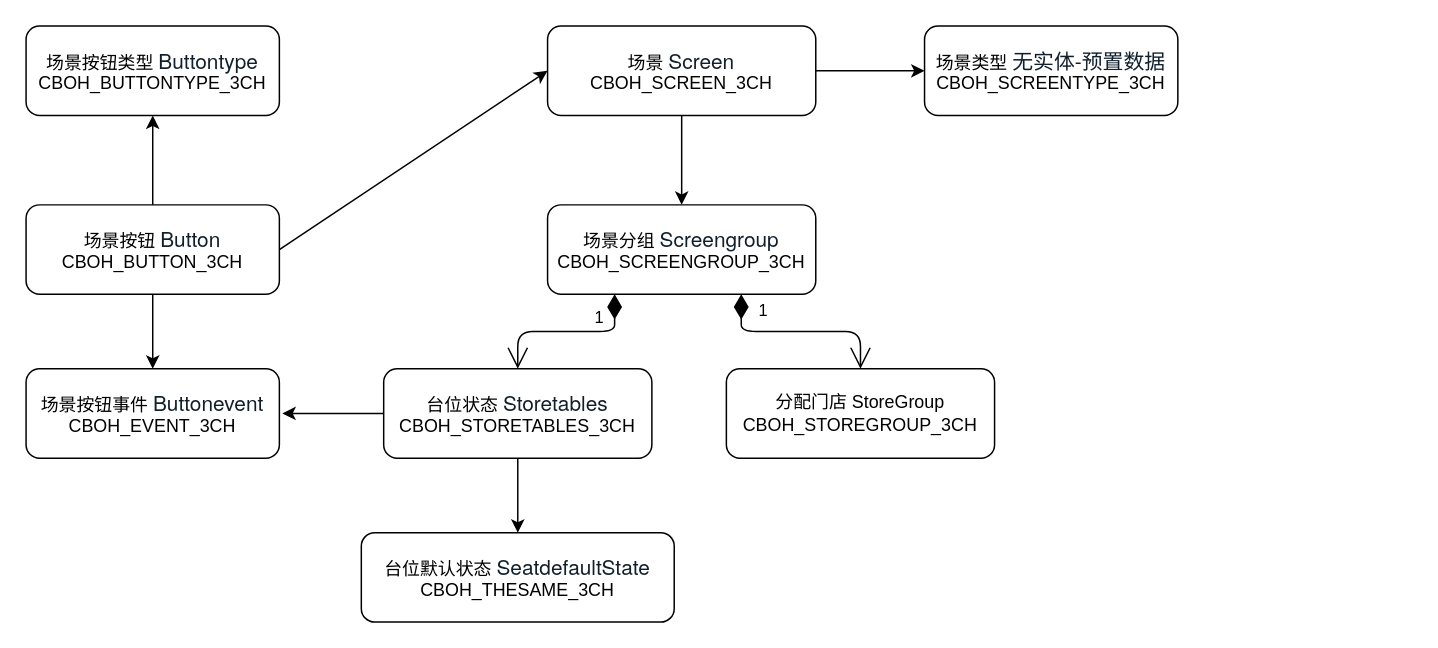
Before: 本地BOH/场景相关.drawio in liuchenwei2000/diagram, a draw.io diagram. Source tidied: cells renumbered, new cells numbered last; positions are measured from the earlier drawing's top-left corner, leaving out a move shared by most shapes. Both pictures are drawn from the tidied source at 149%, with x=0, y=0 at pixel (25, 25).
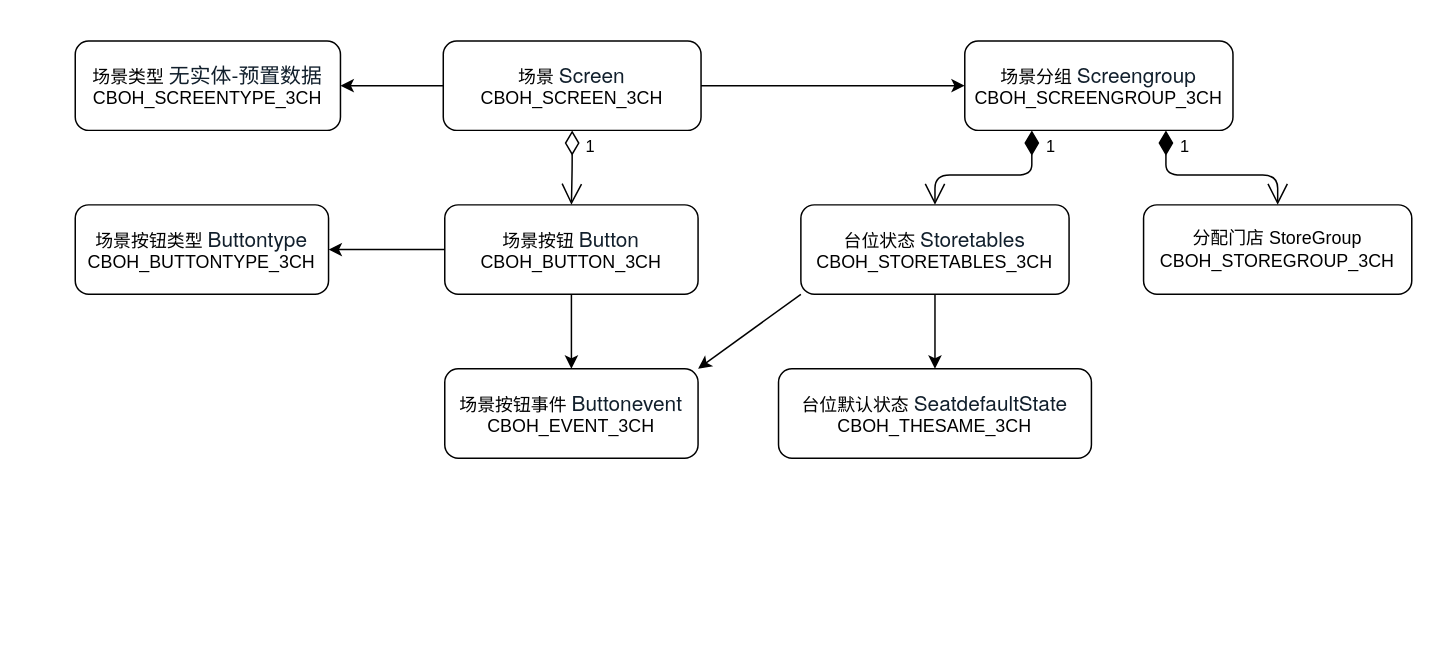
Above is the later version.

Diff of the diagram source:
```diff
@@
     <mxCell id="2" value="场景按钮类型&amp;nbsp;&lt;span style=&quot;color: rgb(17 , 31 , 44) ; font-family: &amp;#34;helvetica neue&amp;#34; ; font-size: 14px&quot;&gt;Buttontype&lt;/span&gt;&lt;br&gt;CBOH_BUTTONTYPE_3CH" style="rounded=1;whiteSpace=wrap;html=1;" parent="1" vertex="1">
-      <mxGeometry width="170" height="60" as="geometry" />
+      <mxGeometry x="33" y="120" width="170" height="60" as="geometry" />
     </mxCell>
     <mxCell id="3" value="场景按钮&amp;nbsp;&lt;span style=&quot;color: rgb(17 , 31 , 44) ; font-family: &amp;#34;helvetica neue&amp;#34; ; font-size: 14px&quot;&gt;Button&lt;/span&gt;&lt;br&gt;CBOH_BUTTON_3CH" style="rounded=1;whiteSpace=wrap;html=1;" parent="1" vertex="1">
-      <mxGeometry y="120" width="170" height="60" as="geometry" />
+      <mxGeometry x="281" y="120" width="170" height="60" as="geometry" />
     </mxCell>
     <mxCell id="4" value="场景按钮事件&amp;nbsp;&lt;span style=&quot;color: rgb(17 , 31 , 44) ; font-family: &amp;#34;helvetica neue&amp;#34; ; font-size: 14px&quot;&gt;Buttonevent&lt;/span&gt;&lt;br&gt;CBOH_EVENT_3CH" style="rounded=1;whiteSpace=wrap;html=1;" parent="1" vertex="1">
-      <mxGeometry y="230" width="170" height="60" as="geometry" />
+      <mxGeometry x="281" y="230" width="170" height="60" as="geometry" />
     </mxCell>
     <mxCell id="5" value="场景分组&amp;nbsp;&lt;span style=&quot;color: rgb(17 , 31 , 44) ; font-family: &amp;#34;helvetica neue&amp;#34; ; font-size: 14px&quot;&gt;Screengroup&lt;/span&gt;&lt;br&gt;CBOH_SCREENGROUP_3CH" style="rounded=1;whiteSpace=wrap;html=1;" parent="1" vertex="1">
-      <mxGeometry x="350" y="120" width="180" height="60" as="geometry" />
+      <mxGeometry x="630" y="10" width="180" height="60" as="geometry" />
     </mxCell>
     <mxCell id="6" value="场景&amp;nbsp;&lt;span style=&quot;color: rgb(17 , 31 , 44) ; font-family: &amp;#34;helvetica neue&amp;#34; ; font-size: 14px&quot;&gt;Screen&lt;/span&gt;&lt;br&gt;CBOH_SCREEN_3CH" style="rounded=1;whiteSpace=wrap;html=1;" parent="1" vertex="1">
-      <mxGeometry x="350" width="180" height="60" as="geometry" />
+      <mxGeometry x="280" y="10" width="173" height="60" as="geometry" />
     </mxCell>
     <mxCell id="7" value="台位状态 &lt;font color=&quot;#111f2c&quot; face=&quot;helvetica neue&quot;&gt;&lt;span style=&quot;font-size: 14px&quot;&gt;Storetables&lt;/span&gt;&lt;/font&gt;&lt;br&gt;CBOH_STORETABLES_3CH" style="rounded=1;whiteSpace=wrap;html=1;" parent="1" vertex="1">
-      <mxGeometry x="240" y="230" width="180" height="60" as="geometry" />
+      <mxGeometry x="520" y="120" width="180" height="60" as="geometry" />
     </mxCell>
     <mxCell id="8" value="分配门店 StoreGroup&lt;br&gt;CBOH_STOREGROUP_3CH" style="rounded=1;whiteSpace=wrap;html=1;" parent="1" vertex="1">
-      <mxGeometry x="470" y="230" width="180" height="60" as="geometry" />
+      <mxGeometry x="750" y="120" width="180" height="60" as="geometry" />
     </mxCell>
     <mxCell id="9" value="1" style="endArrow=open;html=1;endSize=12;startArrow=diamondThin;startSize=14;startFill=1;edgeStyle=orthogonalEdgeStyle;align=left;verticalAlign=bottom;entryX=0.5;entryY=0;entryDx=0;entryDy=0;exitX=0.25;exitY=1;exitDx=0;exitDy=0;" parent="1" edge="1" source="5" target="7">
-      <mxGeometry x="-0.57" y="-15" relative="1" as="geometry">
+      <mxGeometry x="-0.65" y="8" relative="1" as="geometry">
         <Array as="points">
-          <mxPoint x="395" y="205" />
-          <mxPoint x="330" y="205" />
+          <mxPoint x="675" y="100" />
+          <mxPoint x="610" y="100" />
         </Array>
-        <mxPoint x="-15" y="15" as="offset" />
       </mxGeometry>
     </mxCell>
-    <mxCell id="10" value="1" style="endArrow=open;html=1;endSize=12;startArrow=diamondThin;startSize=14;startFill=1;edgeStyle=orthogonalEdgeStyle;align=left;verticalAlign=bottom;entryX=0.5;entryY=0;entryDx=0;entryDy=0;exitX=0.722;exitY=1;exitDx=0;exitDy=0;exitPerimeter=0;" parent="1" edge="1" source="5" target="8">
-      <mxGeometry x="-0.69" y="10" relative="1" as="geometry" />
-    </mxCell>
-    <mxCell id="11" style="endArrow=classic;html=1;exitX=0;exitY=0.5;exitDx=0;exitDy=0;" parent="1" edge="1" source="7">
-      <mxGeometry relative="1" as="geometry">
-        <mxPoint x="172" y="260" as="targetPoint" />
-      </mxGeometry>
+    <mxCell id="11" style="endArrow=classic;html=1;exitX=0;exitY=1;exitDx=0;exitDy=0;entryX=1;entryY=0;entryDx=0;entryDy=0;" parent="1" edge="1" source="7" target="4">
+      <mxGeometry relative="1" as="geometry" />
     </mxCell>
     <mxCell id="12" value="台位默认状态 &lt;font color=&quot;#111f2c&quot; face=&quot;helvetica neue&quot;&gt;&lt;span style=&quot;font-size: 14px&quot;&gt;SeatdefaultState&lt;/span&gt;&lt;/font&gt;&lt;br&gt;CBOH_THESAME_3CH" style="rounded=1;whiteSpace=wrap;html=1;" parent="1" vertex="1">
-      <mxGeometry x="225" y="340" width="210" height="60" as="geometry" />
+      <mxGeometry x="505" y="230" width="210" height="60" as="geometry" />
     </mxCell>
@@
-    <mxCell id="14" style="endArrow=classic;html=1;exitX=0.5;exitY=1;exitDx=0;exitDy=0;" parent="1" edge="1" source="6" target="5">
+    <mxCell id="14" style="endArrow=classic;html=1;exitX=1;exitY=0.5;exitDx=0;exitDy=0;" parent="1" edge="1" source="6" target="5">
       <mxGeometry relative="1" as="geometry" />
     </mxCell>
     <mxCell id="15" value="场景类型 &lt;font color=&quot;#111f2c&quot; face=&quot;helvetica neue&quot;&gt;&lt;span style=&quot;font-size: 14px&quot;&gt;无实体-预置数据&lt;/span&gt;&lt;/font&gt;&lt;br&gt;CBOH_SCREENTYPE_3CH" style="rounded=1;whiteSpace=wrap;html=1;" parent="1" vertex="1">
-      <mxGeometry x="603" width="170" height="60" as="geometry" />
+      <mxGeometry x="33" y="10" width="178" height="60" as="geometry" />
     </mxCell>
-    <mxCell id="16" style="endArrow=classic;html=1;entryX=0;entryY=0.5;entryDx=0;entryDy=0;exitX=1;exitY=0.5;exitDx=0;exitDy=0;" parent="1" edge="1" source="6" target="15">
+    <mxCell id="16" style="endArrow=classic;html=1;" parent="1" edge="1" source="6" target="15">
       <mxGeometry relative="1" as="geometry" />
     </mxCell>
-    <mxCell id="17" style="endArrow=classic;html=1;entryX=0.5;entryY=0;entryDx=0;entryDy=0;" parent="1" edge="1" target="4">
-      <mxGeometry relative="1" as="geometry">
-        <mxPoint x="85" y="180" as="sourcePoint" />
-      </mxGeometry>
+    <mxCell id="17" style="endArrow=classic;html=1;entryX=0.5;entryY=0;entryDx=0;entryDy=0;exitX=0.5;exitY=1;exitDx=0;exitDy=0;" parent="1" edge="1" source="3" target="4">
+      <mxGeometry relative="1" as="geometry" />
     </mxCell>
-    <mxCell id="18" style="endArrow=classic;html=1;exitX=0.5;exitY=0;exitDx=0;exitDy=0;entryX=0.5;entryY=1;entryDx=0;entryDy=0;" parent="1" edge="1" source="3" target="2">
+    <mxCell id="18" style="endArrow=classic;html=1;exitX=0;exitY=0.5;exitDx=0;exitDy=0;entryX=1;entryY=0.5;entryDx=0;entryDy=0;" parent="1" edge="1" source="3" target="2">
       <mxGeometry relative="1" as="geometry" />
     </mxCell>
-    <mxCell id="19" style="endArrow=classic;html=1;exitX=1;exitY=0.5;exitDx=0;exitDy=0;entryX=0;entryY=0.5;entryDx=0;entryDy=0;" parent="1" edge="1" source="3" target="6">
-      <mxGeometry relative="1" as="geometry" />
-    </mxCell>
+    <mxCell id="10" value="1" style="endArrow=open;html=1;endSize=12;startArrow=diamondThin;startSize=14;startFill=1;edgeStyle=orthogonalEdgeStyle;align=left;verticalAlign=bottom;exitX=0.75;exitY=1;exitDx=0;exitDy=0;entryX=0.5;entryY=0;entryDx=0;entryDy=0;" parent="1" edge="1" source="5" target="8">
+      <mxGeometry x="-0.68" y="8" relative="1" as="geometry">
+        <Array as="points">
+          <mxPoint x="765" y="100" />
+          <mxPoint x="840" y="100" />
+        </Array>
+      </mxGeometry>
+    </mxCell>
+    <mxCell id="20" value="1" style="endArrow=open;html=1;endSize=12;startArrow=diamondThin;startSize=14;startFill=0;edgeStyle=orthogonalEdgeStyle;align=left;verticalAlign=bottom;exitX=0.5;exitY=1;exitDx=0;exitDy=0;" parent="1" edge="1" source="6" target="3">
+      <mxGeometry x="-0.21" y="7" relative="1" as="geometry" />
+    </mxCell>
```
